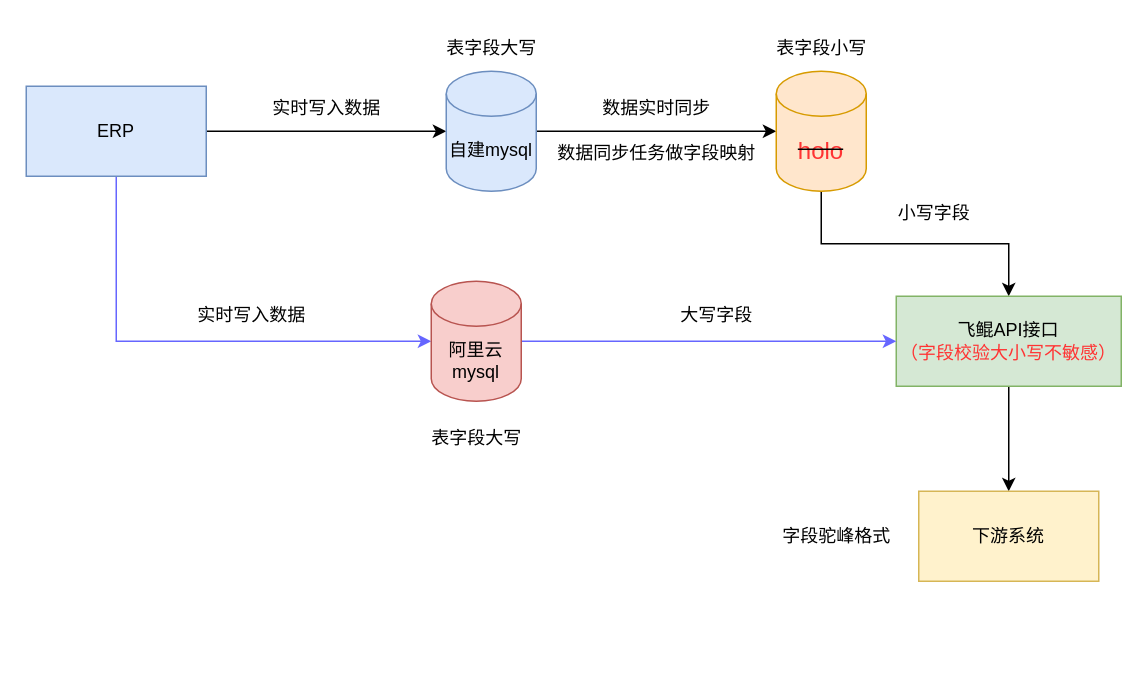
suwg-xiaopeng/books keeps this draw.io diagram as 标签明细功能结构图.drawio. Above is the earlier version. Source tidied: cells renumbered, new cells numbered last; positions are measured from the earlier drawing's top-left corner, leaving out a move shared by most shapes. Both pictures are drawn from the tidied source at 150%, with x=0, y=0 at pixel (26, 26).
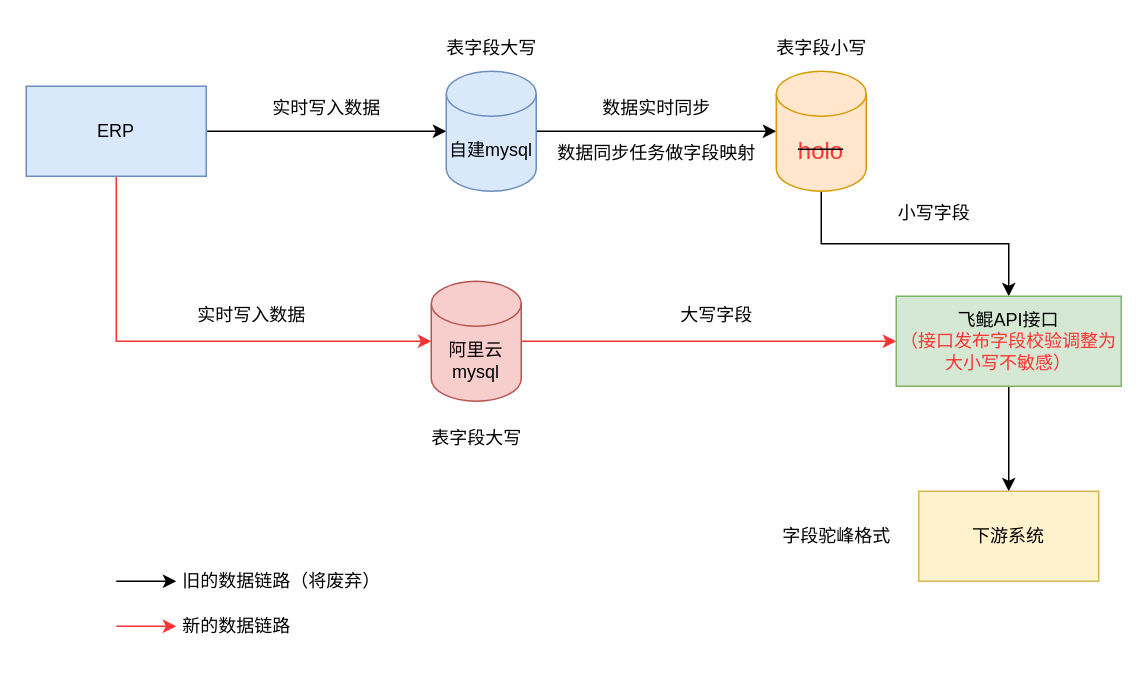
Above is the later version.

Commit message:
更新标签明细功能结构图.drawio

The change refers to these unchanged cells:
```xml
<mxCell id="4" value="ERP" style="rounded=0;whiteSpace=wrap;html=1;fillColor=#dae8fc;strokeColor=#6c8ebf;" parent="1" vertex="1">
  <mxGeometry y="40" width="120" height="60" as="geometry" />
</mxCell>
<mxCell id="18" value="阿里云mysql" style="shape=cylinder3;whiteSpace=wrap;html=1;boundedLbl=1;backgroundOutline=1;size=15;fillColor=#f8cecc;strokeColor=#b85450;" parent="1" vertex="1">
  <mxGeometry x="270" y="170" width="60" height="80" as="geometry" />
</mxCell>
```

Diff of the diagram source:
```diff
@@
-    <mxCell id="3" style="edgeStyle=orthogonalEdgeStyle;rounded=0;jettySize=auto;html=1;exitX=0.5;exitY=1;exitDx=0;exitDy=0;entryX=0;entryY=0.5;entryDx=0;entryDy=0;entryPerimeter=0;strokeColor=#6666FF;" parent="1" edge="1" source="4" target="18">
+    <mxCell id="3" style="edgeStyle=orthogonalEdgeStyle;rounded=0;jettySize=auto;html=1;exitX=0.5;exitY=1;exitDx=0;exitDy=0;entryX=0;entryY=0.5;entryDx=0;entryDy=0;entryPerimeter=0;strokeColor=#FF3333;" parent="1" edge="1" source="4" target="18">
       <mxGeometry relative="1" as="geometry">
         <Array as="points">
           <mxPoint x="60" y="210" />
         </Array>
       </mxGeometry>
     </mxCell>
@@
-    <mxCell id="13" value="飞鲲API接口&lt;br&gt;&lt;font color=&quot;#ff3333&quot;&gt;（字段校验大小写不敏感）&lt;/font&gt;" style="rounded=0;whiteSpace=wrap;html=1;fillColor=#d5e8d4;strokeColor=#82b366;" parent="1" vertex="1">
+    <mxCell id="13" value="飞鲲API接口&lt;br&gt;&lt;font color=&quot;#ff3333&quot;&gt;（接口发布字段校验调整为大小写不敏感）&lt;/font&gt;" style="rounded=0;whiteSpace=wrap;html=1;fillColor=#d5e8d4;strokeColor=#82b366;" parent="1" vertex="1">
       <mxGeometry x="580" y="180" width="150" height="60" as="geometry" />
     </mxCell>
@@
-    <mxCell id="17" style="edgeStyle=orthogonalEdgeStyle;rounded=0;jettySize=auto;html=1;exitX=1;exitY=0.5;exitDx=0;exitDy=0;exitPerimeter=0;entryX=0;entryY=0.5;entryDx=0;entryDy=0;strokeColor=#6666FF;" parent="1" edge="1" source="18" target="13">
+    <mxCell id="17" style="edgeStyle=orthogonalEdgeStyle;rounded=0;jettySize=auto;html=1;exitX=1;exitY=0.5;exitDx=0;exitDy=0;exitPerimeter=0;entryX=0;entryY=0.5;entryDx=0;entryDy=0;strokeColor=#FF3333;" parent="1" edge="1" source="18" target="13">
       <mxGeometry relative="1" as="geometry" />
     </mxCell>
@@
+    <mxCell id="24" style="endArrow=classic;html=1;rounded=0;" parent="1" edge="1">
+      <mxGeometry relative="1" as="geometry">
+        <mxPoint x="60" y="370" as="sourcePoint" />
+        <mxPoint x="100" y="370" as="targetPoint" />
+      </mxGeometry>
+    </mxCell>
+    <mxCell id="25" value="旧的数据链路（将废弃）" style="text;html=1;align=center;verticalAlign=middle;strokeColor=none;fillColor=none;" parent="1" vertex="1">
+      <mxGeometry x="90" y="355" width="160" height="30" as="geometry" />
+    </mxCell>
+    <mxCell id="26" style="endArrow=classic;html=1;rounded=0;strokeColor=#FF3333;" parent="1" edge="1">
+      <mxGeometry relative="1" as="geometry">
+        <mxPoint x="60" y="400" as="sourcePoint" />
+        <mxPoint x="100" y="400" as="targetPoint" />
+      </mxGeometry>
+    </mxCell>
+    <mxCell id="27" value="新的数据链路" style="text;html=1;align=center;verticalAlign=middle;strokeColor=none;fillColor=none;" parent="1" vertex="1">
+      <mxGeometry x="90" y="385" width="100" height="30" as="geometry" />
+    </mxCell>
```
